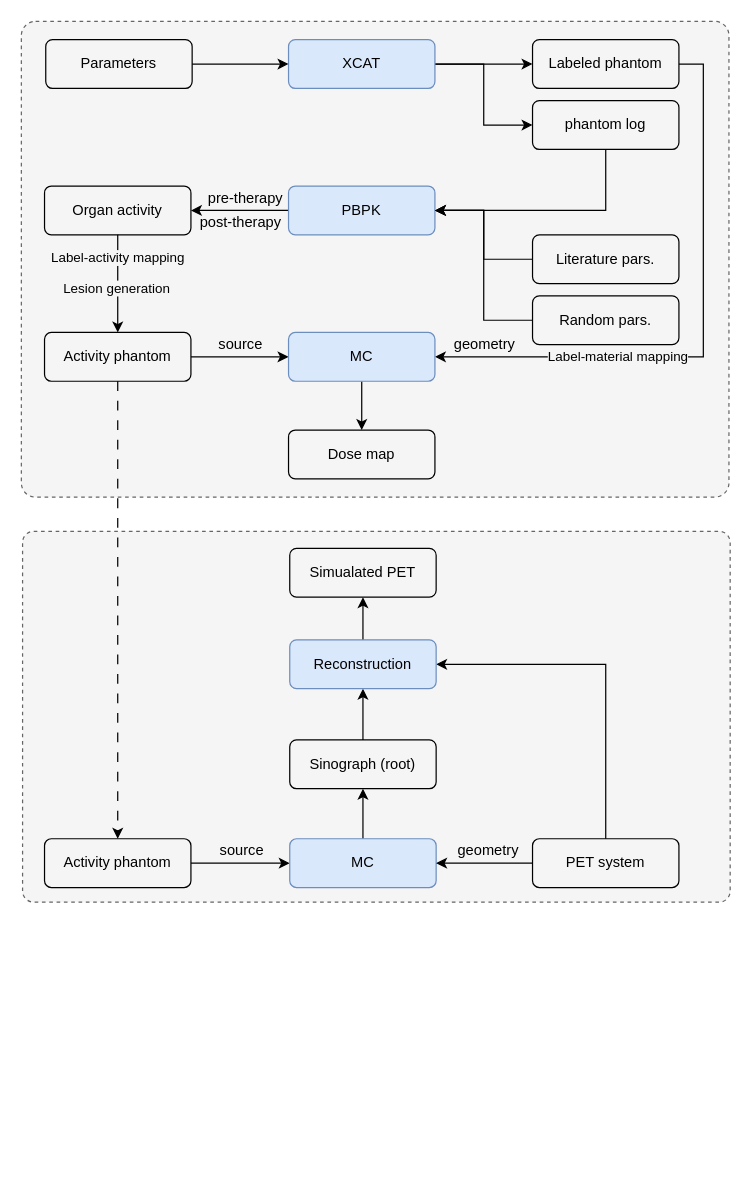
jizhang02/Figure-Factory keeps this draw.io diagram as page "newRT" (6 of 6) of Fig_CS/source-file/work_treatment.drawio. Above is the earlier version. Source tidied: cells renumbered, new cells numbered last; positions are measured from the earlier drawing's top-left corner, leaving out a move shared by most shapes. Both pictures are drawn from the tidied source at 122%, with x=0, y=0 at pixel (21, 21).
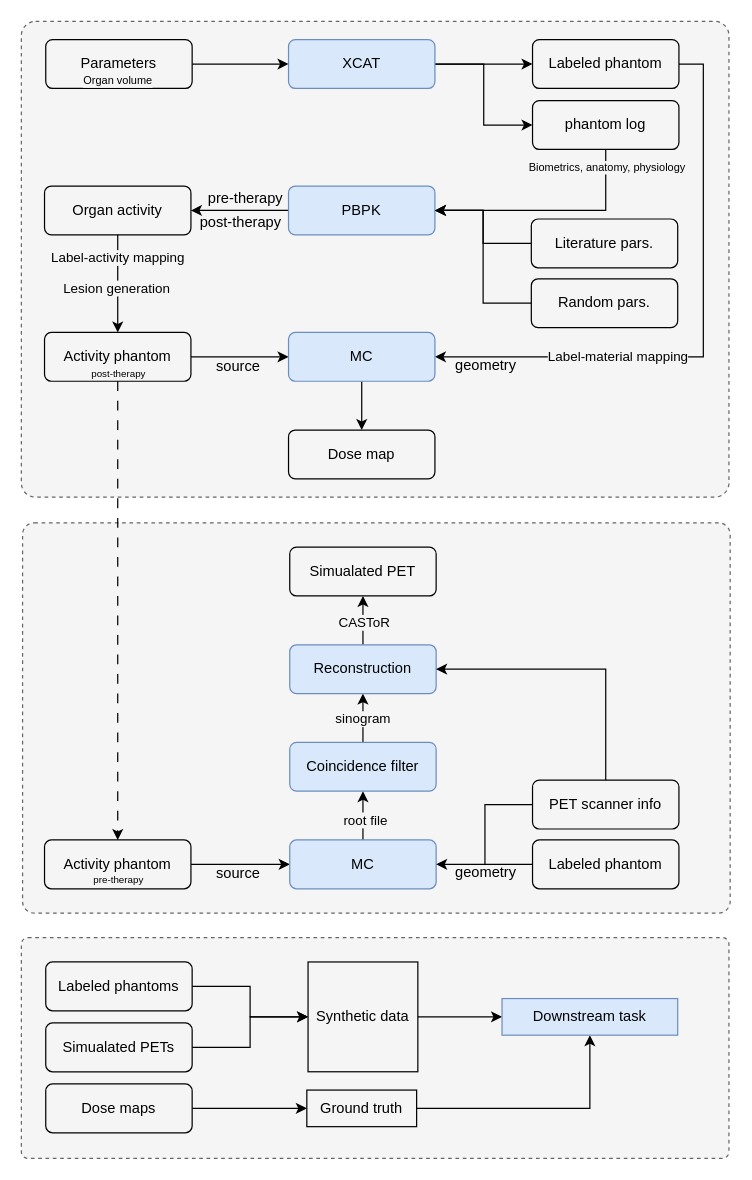
The same diagram, later.

The edit, as a diff of the source:
```diff
@@
+    <mxCell id="48" style="rounded=1;whiteSpace=wrap;html=1;fillColor=#f5f5f5;arcSize=3;fontColor=#333333;strokeColor=#666666;dashed=1;" parent="1" vertex="1">
+      <mxGeometry y="751" width="580" height="181" as="geometry" />
+    </mxCell>
     <mxCell id="2" style="rounded=1;whiteSpace=wrap;html=1;fillColor=#f5f5f5;arcSize=3;fontColor=#333333;strokeColor=#666666;dashed=1;" parent="1" vertex="1">
-      <mxGeometry x="1" y="418" width="580" height="304" as="geometry" />
+      <mxGeometry x="1" y="411" width="580" height="320" as="geometry" />
     </mxCell>
@@
-    <mxCell id="15" value="phantom log" style="rounded=1;whiteSpace=wrap;html=1;fillColor=none;arcSize=14;" parent="1" vertex="1">
+    <mxCell id="15" value="phantom log" style="rounded=1;whiteSpace=wrap;html=1;fillColor=none;arcSize=14;labelPosition=center;verticalLabelPosition=middle;align=center;verticalAlign=middle;" parent="1" vertex="1">
       <mxGeometry x="419" y="65" width="120" height="40" as="geometry" />
     </mxCell>
@@
     <mxCell id="20" value="Literature pars." style="rounded=1;whiteSpace=wrap;html=1;fillColor=none;arcSize=14;" parent="1" vertex="1">
-      <mxGeometry x="419" y="175" width="120" height="40" as="geometry" />
+      <mxGeometry x="418" y="162" width="120" height="40" as="geometry" />
     </mxCell>
@@
     <mxCell id="22" value="Random pars." style="rounded=1;whiteSpace=wrap;html=1;fillColor=none;arcSize=14;" parent="1" vertex="1">
-      <mxGeometry x="419" y="225" width="120" height="40" as="geometry" />
+      <mxGeometry x="418" y="211" width="120" height="40" as="geometry" />
     </mxCell>
@@
     <mxCell id="31" value="source" style="text;html=1;strokeColor=none;fillColor=none;align=center;verticalAlign=middle;whiteSpace=wrap;rounded=0;" parent="1" vertex="1">
-      <mxGeometry x="141" y="255" width="78" height="20" as="geometry" />
+      <mxGeometry x="139" y="273" width="78" height="20" as="geometry" />
     </mxCell>
     <mxCell id="32" value="geometry" style="text;html=1;strokeColor=none;fillColor=none;align=center;verticalAlign=middle;whiteSpace=wrap;rounded=0;" parent="1" vertex="1">
-      <mxGeometry x="341" y="255" width="78" height="20" as="geometry" />
+      <mxGeometry x="342" y="272" width="78" height="20" as="geometry" />
     </mxCell>
@@
     <mxCell id="35" value="Activity phantom" style="rounded=1;whiteSpace=wrap;html=1;fillColor=none;arcSize=14;" parent="1" vertex="1">
-      <mxGeometry x="19" y="670" width="120" height="40" as="geometry" />
+      <mxGeometry x="19" y="671" width="120" height="40" as="geometry" />
     </mxCell>
-    <mxCell id="36" style="edgeStyle=orthogonalEdgeStyle;rounded=0;jettySize=auto;html=1;" parent="1" edge="1" source="37" target="39">
-      <mxGeometry relative="1" as="geometry" />
-    </mxCell>
+    <mxCell id="49" style="edgeStyle=orthogonalEdgeStyle;rounded=0;jettySize=auto;html=1;exitX=0.5;exitY=0;exitDx=0;exitDy=0;" parent="1" edge="1" source="37" target="46">
+      <mxGeometry relative="1" as="geometry" />
+    </mxCell>
     <mxCell id="37" value="MC" style="rounded=1;whiteSpace=wrap;html=1;fillColor=#dae8fc;arcSize=14;strokeColor=#6c8ebf;" parent="1" vertex="1">
-      <mxGeometry x="220" y="670" width="120" height="40" as="geometry" />
+      <mxGeometry x="220" y="671" width="120" height="40" as="geometry" />
     </mxCell>
-    <mxCell id="38" style="edgeStyle=orthogonalEdgeStyle;rounded=0;jettySize=auto;html=1;" parent="1" edge="1" source="39" target="46">
-      <mxGeometry relative="1" as="geometry" />
-    </mxCell>
-    <mxCell id="39" value="Sinograph (root)" style="rounded=1;whiteSpace=wrap;html=1;fillColor=none;arcSize=14;" parent="1" vertex="1">
-      <mxGeometry x="220" y="589" width="120" height="40" as="geometry" />
-    </mxCell>
     <mxCell id="40" value="source" style="text;html=1;strokeColor=none;fillColor=none;align=center;verticalAlign=middle;whiteSpace=wrap;rounded=0;" parent="1" vertex="1">
-      <mxGeometry x="142" y="670" width="78" height="20" as="geometry" />
+      <mxGeometry x="139" y="689" width="78" height="20" as="geometry" />
     </mxCell>
@@
-    <mxCell id="42" style="edgeStyle=orthogonalEdgeStyle;rounded=0;jettySize=auto;html=1;exitX=0.5;exitY=0;exitDx=0;exitDy=0;entryX=1;entryY=0.5;entryDx=0;entryDy=0;" parent="1" edge="1" source="43" target="46">
-      <mxGeometry relative="1" as="geometry" />
-    </mxCell>
-    <mxCell id="43" value="PET system" style="rounded=1;whiteSpace=wrap;html=1;fillColor=none;arcSize=14;" parent="1" vertex="1">
-      <mxGeometry x="419" y="670" width="120" height="40" as="geometry" />
+    <mxCell id="43" value="Labeled phantom" style="rounded=1;whiteSpace=wrap;html=1;fillColor=none;arcSize=14;" parent="1" vertex="1">
+      <mxGeometry x="419" y="671" width="120" height="40" as="geometry" />
     </mxCell>
     <mxCell id="44" value="geometry" style="text;html=1;strokeColor=none;fillColor=none;align=center;verticalAlign=middle;whiteSpace=wrap;rounded=0;" parent="1" vertex="1">
-      <mxGeometry x="344" y="670" width="78" height="20" as="geometry" />
+      <mxGeometry x="342" y="688" width="78" height="20" as="geometry" />
     </mxCell>
@@
-    <mxCell id="46" value="Reconstruction" style="rounded=1;whiteSpace=wrap;html=1;fillColor=#dae8fc;arcSize=14;strokeColor=#6c8ebf;" parent="1" vertex="1">
-      <mxGeometry x="220" y="507" width="120" height="40" as="geometry" />
+    <mxCell id="46" value="Coincidence filter" style="rounded=1;whiteSpace=wrap;html=1;fillColor=#dae8fc;arcSize=14;strokeColor=#6c8ebf;" parent="1" vertex="1">
+      <mxGeometry x="220" y="591" width="120" height="40" as="geometry" />
     </mxCell>
+    <mxCell id="50" style="edgeStyle=orthogonalEdgeStyle;rounded=0;jettySize=auto;html=1;" parent="1" edge="1" source="47" target="59">
+      <mxGeometry relative="1" as="geometry" />
+    </mxCell>
-    <mxCell id="47" value="Simualated PET" style="rounded=1;whiteSpace=wrap;html=1;fillColor=none;arcSize=14;" parent="1" vertex="1">
-      <mxGeometry x="220" y="432" width="120" height="40" as="geometry" />
+    <mxCell id="47" value="Reconstruction" style="rounded=1;whiteSpace=wrap;html=1;fillColor=#dae8fc;arcSize=14;strokeColor=#6c8ebf;" parent="1" vertex="1">
+      <mxGeometry x="220" y="511" width="120" height="40" as="geometry" />
     </mxCell>
+    <mxCell id="51" value="CASToR" style="edgeLabel;html=1;align=center;verticalAlign=middle;labelBackgroundColor=#f5f5f5;" parent="1" vertex="1">
+      <mxGeometry x="280" y="492" as="geometry" />
+    </mxCell>
+    <mxCell id="52" value="post-therapy" style="text;html=1;strokeColor=none;fillColor=none;align=center;verticalAlign=middle;whiteSpace=wrap;rounded=0;fontSize=8;" parent="1" vertex="1">
+      <mxGeometry x="41" y="282" width="78" height="14" as="geometry" />
+    </mxCell>
+    <mxCell id="53" value="pre-therapy" style="text;html=1;strokeColor=none;fillColor=none;align=center;verticalAlign=middle;whiteSpace=wrap;rounded=0;fontSize=8;" parent="1" vertex="1">
+      <mxGeometry x="41" y="697" width="78" height="14" as="geometry" />
+    </mxCell>
+    <mxCell id="54" style="edgeStyle=orthogonalEdgeStyle;rounded=0;jettySize=auto;html=1;entryX=1;entryY=0.5;entryDx=0;entryDy=0;exitX=0.5;exitY=0;exitDx=0;exitDy=0;" parent="1" edge="1" source="56" target="47">
+      <mxGeometry relative="1" as="geometry" />
+    </mxCell>
+    <mxCell id="55" style="edgeStyle=orthogonalEdgeStyle;rounded=0;jettySize=auto;html=1;endArrow=none;endFill=0;startSize=5;" parent="1" edge="1" source="56">
+      <mxGeometry relative="1" as="geometry">
+        <mxPoint x="380" y="691" as="targetPoint" />
+        <Array as="points">
+          <mxPoint x="380" y="642" />
+        </Array>
+      </mxGeometry>
+    </mxCell>
+    <mxCell id="56" value="PET scanner info" style="rounded=1;whiteSpace=wrap;html=1;fillColor=none;arcSize=14;" parent="1" vertex="1">
+      <mxGeometry x="419" y="622" width="120" height="40" as="geometry" />
+    </mxCell>
+    <mxCell id="57" value="sinogram" style="edgeLabel;html=1;align=center;verticalAlign=middle;labelBackgroundColor=#f5f5f5;" parent="1" vertex="1">
+      <mxGeometry x="279" y="571" as="geometry" />
+    </mxCell>
+    <mxCell id="58" value="Biometrics, anatomy, physiology" style="edgeLabel;html=1;align=center;verticalAlign=middle;labelBackgroundColor=#f5f5f5;fontSize=9;" parent="1" vertex="1">
+      <mxGeometry x="489" y="108" as="geometry">
+        <mxPoint x="-10" y="11" as="offset" />
+      </mxGeometry>
+    </mxCell>
+    <mxCell id="59" value="Simualated PET" style="rounded=1;whiteSpace=wrap;html=1;fillColor=none;arcSize=14;" parent="1" vertex="1">
+      <mxGeometry x="220" y="431" width="120" height="40" as="geometry" />
+    </mxCell>
+    <mxCell id="60" value="root file" style="edgeLabel;html=1;align=center;verticalAlign=middle;labelBackgroundColor=#f5f5f5;" parent="1" vertex="1">
+      <mxGeometry x="250" y="662" as="geometry">
+        <mxPoint x="31" y="-8" as="offset" />
+      </mxGeometry>
+    </mxCell>
+    <mxCell id="61" style="edgeStyle=orthogonalEdgeStyle;rounded=0;jettySize=auto;html=1;entryX=0;entryY=0.5;entryDx=0;entryDy=0;" parent="1" edge="1" source="62" target="69">
+      <mxGeometry relative="1" as="geometry" />
+    </mxCell>
+    <mxCell id="62" value="Dose maps" style="rounded=1;whiteSpace=wrap;html=1;fillColor=none;arcSize=14;" parent="1" vertex="1">
+      <mxGeometry x="20" y="871" width="120" height="40" as="geometry" />
+    </mxCell>
+    <mxCell id="63" style="edgeStyle=orthogonalEdgeStyle;rounded=0;jettySize=auto;html=1;" parent="1" edge="1" source="64" target="71">
+      <mxGeometry relative="1" as="geometry" />
+    </mxCell>
+    <mxCell id="64" value="Labeled phantoms" style="rounded=1;whiteSpace=wrap;html=1;fillColor=none;arcSize=14;" parent="1" vertex="1">
+      <mxGeometry x="20" y="771" width="120" height="40" as="geometry" />
+    </mxCell>
+    <mxCell id="65" style="edgeStyle=orthogonalEdgeStyle;rounded=0;jettySize=auto;html=1;" parent="1" edge="1" source="66" target="71">
+      <mxGeometry relative="1" as="geometry" />
+    </mxCell>
+    <mxCell id="66" value="Simualated PETs" style="rounded=1;whiteSpace=wrap;html=1;fillColor=none;arcSize=14;" parent="1" vertex="1">
+      <mxGeometry x="20" y="821" width="120" height="40" as="geometry" />
+    </mxCell>
+    <mxCell id="67" value="Organ volume" style="edgeLabel;html=1;align=center;verticalAlign=middle;labelBackgroundColor=#f5f5f5;fontSize=9;" parent="1" vertex="1">
+      <mxGeometry x="88" y="37" as="geometry">
+        <mxPoint x="-10" y="11" as="offset" />
+      </mxGeometry>
+    </mxCell>
+    <mxCell id="68" style="edgeStyle=orthogonalEdgeStyle;rounded=0;jettySize=auto;html=1;" parent="1" edge="1" source="69" target="72">
+      <mxGeometry relative="1" as="geometry" />
+    </mxCell>
+    <mxCell id="69" value="Ground truth" style="text;html=1;strokeColor=default;fillColor=none;align=center;verticalAlign=middle;whiteSpace=wrap;rounded=0;" parent="1" vertex="1">
+      <mxGeometry x="234" y="876" width="90" height="30" as="geometry" />
+    </mxCell>
+    <mxCell id="70" style="edgeStyle=orthogonalEdgeStyle;rounded=0;jettySize=auto;html=1;" parent="1" edge="1" source="71" target="72">
+      <mxGeometry relative="1" as="geometry" />
+    </mxCell>
+    <mxCell id="71" value="Synthetic data" style="text;html=1;strokeColor=default;fillColor=none;align=center;verticalAlign=middle;whiteSpace=wrap;rounded=0;" parent="1" vertex="1">
+      <mxGeometry x="235" y="771" width="90" height="90" as="geometry" />
+    </mxCell>
+    <mxCell id="72" value="Downstream task" style="text;html=1;strokeColor=#6c8ebf;fillColor=#dae8fc;align=center;verticalAlign=middle;whiteSpace=wrap;rounded=0;" parent="1" vertex="1">
+      <mxGeometry x="394" y="801" width="144" height="30" as="geometry" />
+    </mxCell>
```
